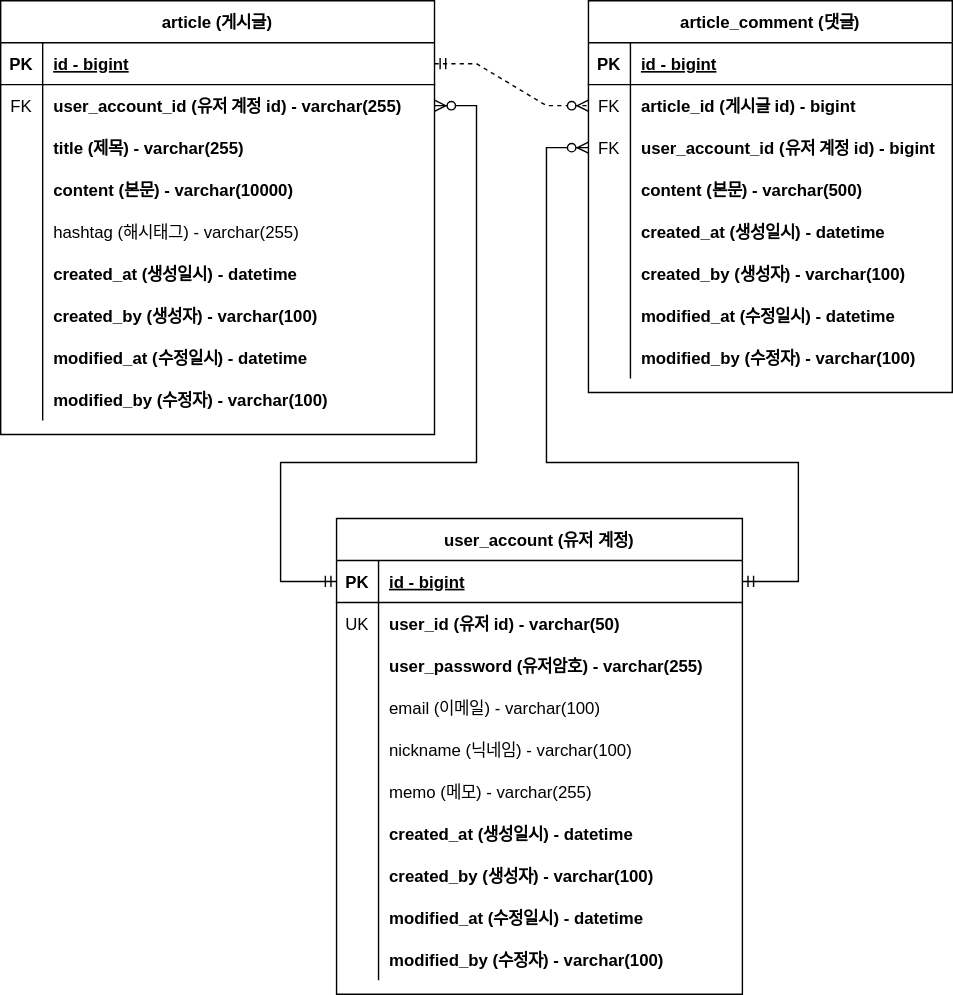
Before: documents/project-board-erd.svg, a diagram exported from draw.io (emsthf/board). Source tidied: cells renumbered, new cells last; positions are measured from the earlier drawing's top-left corner, leaving out a move shared by most shapes.
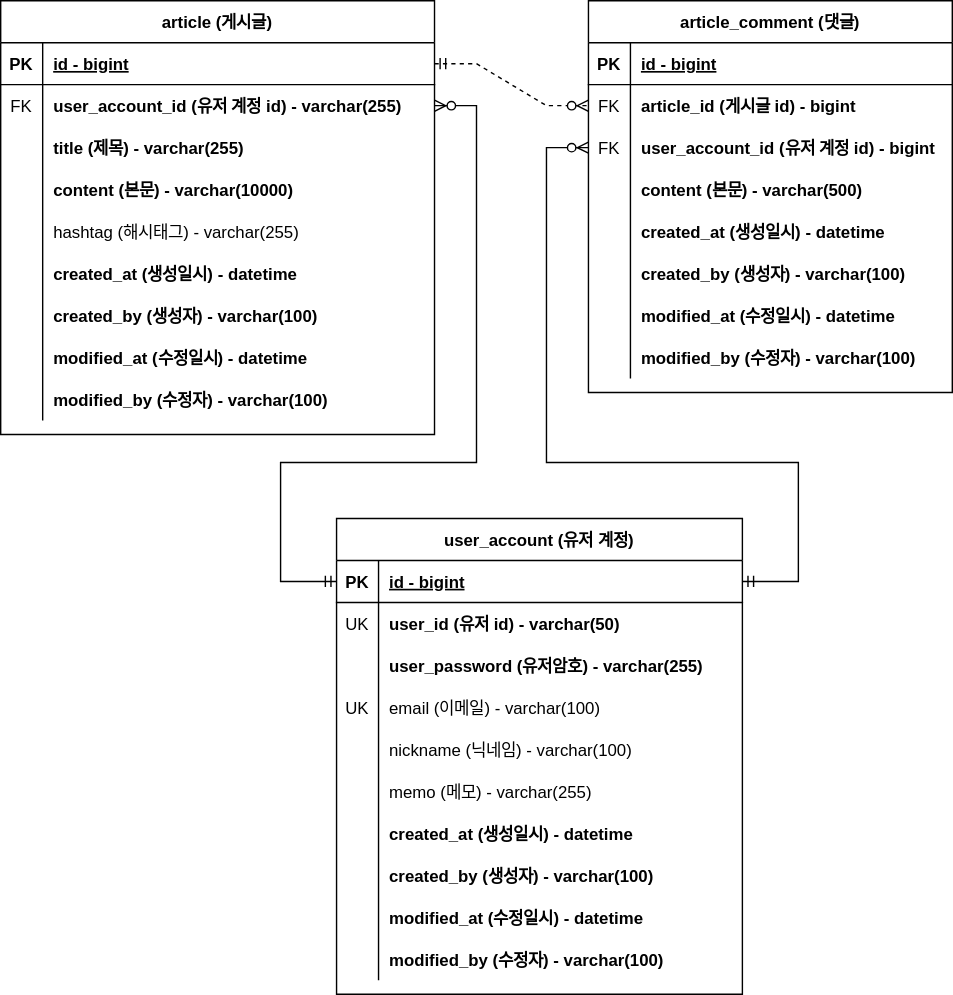
After the commit.

Commit message:
erd 업데이트

What changed in the source:
```diff
@@ -194,7 +194,7 @@
     <mxCell id="65" style="shape=partialRectangle;fillColor=none;top=0;left=0;right=0;bottom=0;" parent="55" vertex="1">
       <mxGeometry y="120" width="290" height="30" as="geometry" />
     </mxCell>
-    <mxCell id="66" style="shape=partialRectangle;overflow=hidden;fillColor=none;top=0;left=0;bottom=0;right=0;" parent="65" vertex="1">
+    <mxCell id="66" value="UK" style="shape=partialRectangle;overflow=hidden;fillColor=none;top=0;left=0;bottom=0;right=0;" parent="65" vertex="1">
       <mxGeometry width="30" height="30" as="geometry" />
     </mxCell>
     <mxCell id="67" value="email (이메일) - varchar(100)" style="shape=partialRectangle;overflow=hidden;fillColor=none;top=0;left=0;bottom=0;right=0;align=left;spacingLeft=6;fontStyle=0;" parent="65" vertex="1">
```
